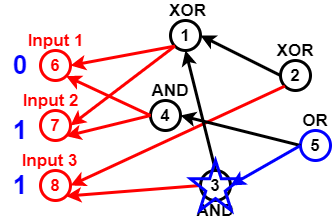
The draw.io diagram Untitled Diagram.png in sara1024/-CCF201412-2-Z-, before a commit. Source tidied: cells renumbered, new cells last; positions are measured from the earlier drawing's top-left corner, leaving out a move shared by most shapes.
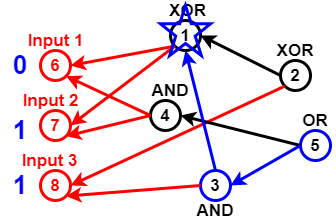
After the commit.

Change to the diagram source:
```diff
@@ -29,7 +29,7 @@
     <mxCell id="10" style="endArrow=classic;html=1;strokeColor=#FF0000;strokeWidth=3;fontSize=17;fontColor=#000000;entryX=1;entryY=1;entryDx=0;entryDy=0;exitX=0;exitY=0.5;exitDx=0;exitDy=0;" parent="1" edge="1" source="8" target="2">
       <mxGeometry relative="1" as="geometry" />
     </mxCell>
-    <mxCell id="11" value="3" style="ellipse;whiteSpace=wrap;html=1;strokeColor=#000000;strokeWidth=3;fillColor=none;fontSize=17;fontColor=#000000;fontStyle=1;" parent="1" vertex="1">
+    <mxCell id="11" value="3" style="ellipse;whiteSpace=wrap;html=1;strokeWidth=3;fillColor=none;fontSize=17;fontColor=#000000;fontStyle=1;strokeColor=#0000FF;" parent="1" vertex="1">
       <mxGeometry x="200" y="170" width="30" height="30" as="geometry" />
     </mxCell>
     <mxCell id="12" style="endArrow=classic;html=1;strokeColor=#FF0000;strokeWidth=3;fontSize=17;fontColor=#000000;entryX=1;entryY=1;entryDx=0;entryDy=0;exitX=0;exitY=0.5;exitDx=0;exitDy=0;" parent="1" edge="1" source="11" target="4">
@@ -50,7 +50,7 @@
     <mxCell id="17" style="endArrow=classic;html=1;strokeWidth=3;fontSize=17;fontColor=#000000;entryX=1;entryY=0.5;entryDx=0;entryDy=0;exitX=0;exitY=0.5;exitDx=0;exitDy=0;strokeColor=#0000FF;" parent="1" edge="1" source="15" target="11">
       <mxGeometry relative="1" as="geometry" />
     </mxCell>
-    <mxCell id="18" style="endArrow=classic;html=1;strokeColor=#000000;strokeWidth=3;fontSize=17;fontColor=#000000;entryX=0.5;entryY=1;entryDx=0;entryDy=0;exitX=0.5;exitY=0;exitDx=0;exitDy=0;" parent="1" edge="1" source="11" target="5">
+    <mxCell id="18" style="endArrow=classic;html=1;strokeWidth=3;fontSize=17;fontColor=#000000;entryX=0.5;entryY=1;entryDx=0;entryDy=0;exitX=0.5;exitY=0;exitDx=0;exitDy=0;strokeColor=#0000FF;" parent="1" edge="1" source="11" target="5">
       <mxGeometry relative="1" as="geometry" />
     </mxCell>
     <mxCell id="19" style="endArrow=classic;html=1;strokeWidth=3;fontSize=17;entryX=1;entryY=0.5;entryDx=0;entryDy=0;exitX=0;exitY=0.5;exitDx=0;exitDy=0;" parent="1" edge="1" source="13" target="5">
@@ -90,7 +90,7 @@
       <mxGeometry y="175" width="40" height="20" as="geometry" />
     </mxCell>
     <mxCell id="31" style="verticalLabelPosition=bottom;verticalAlign=top;html=1;shape=mxgraph.basic.star;strokeWidth=3;fillColor=none;gradientColor=none;fontSize=26;fontColor=#0000CC;strokeColor=#0000FF;" parent="1" vertex="1">
-      <mxGeometry x="190" y="160" width="50" height="50" as="geometry" />
+      <mxGeometry x="160" y="5" width="50" height="50" as="geometry" />
     </mxCell>
   </root>
 </mxGraphModel>
```
